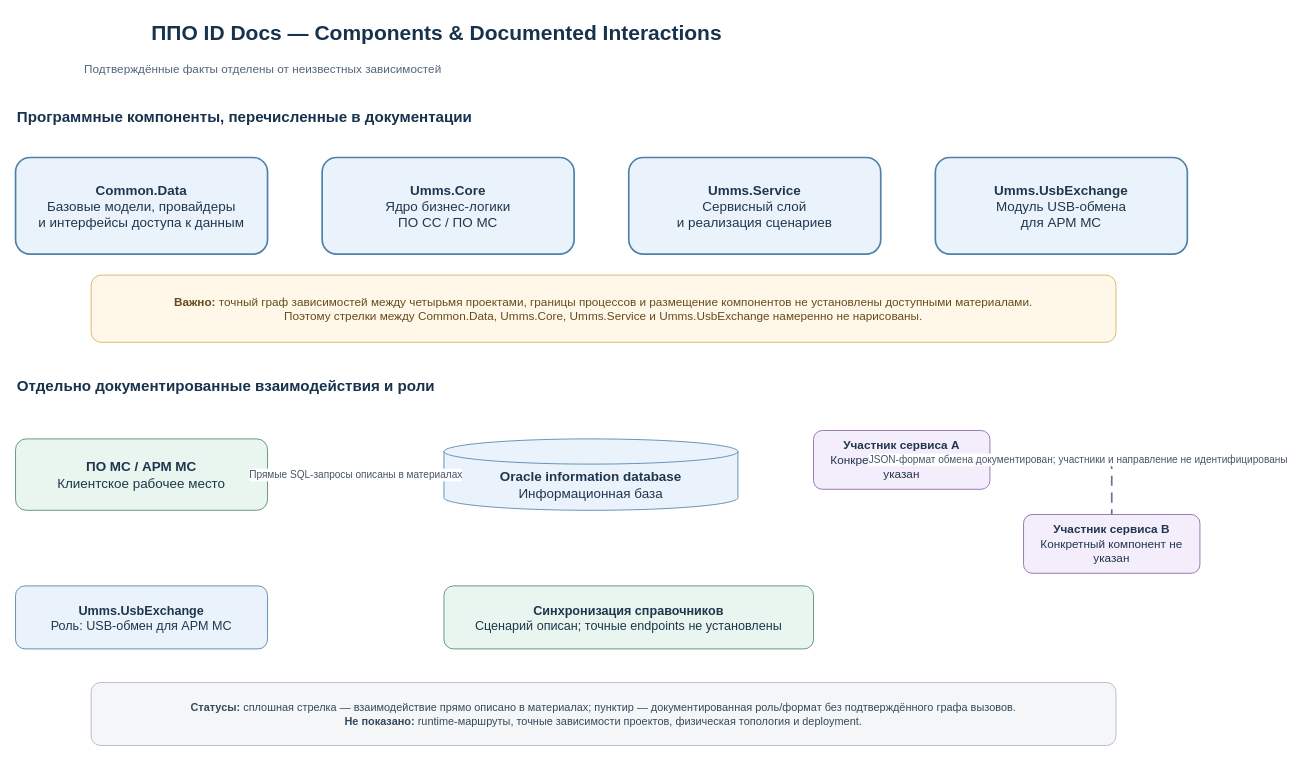
The draw.io diagram docs/diagrams/system-architecture-components.drawio in ekatmoz88-alt/territory-docs, before the edit. Source tidied: cells renumbered, new cells numbered last; positions are measured from the earlier drawing's top-left corner, leaving out a move shared by most shapes. Both pictures are drawn from the tidied source at 84%, with x=0, y=0 at pixel (15, 14).
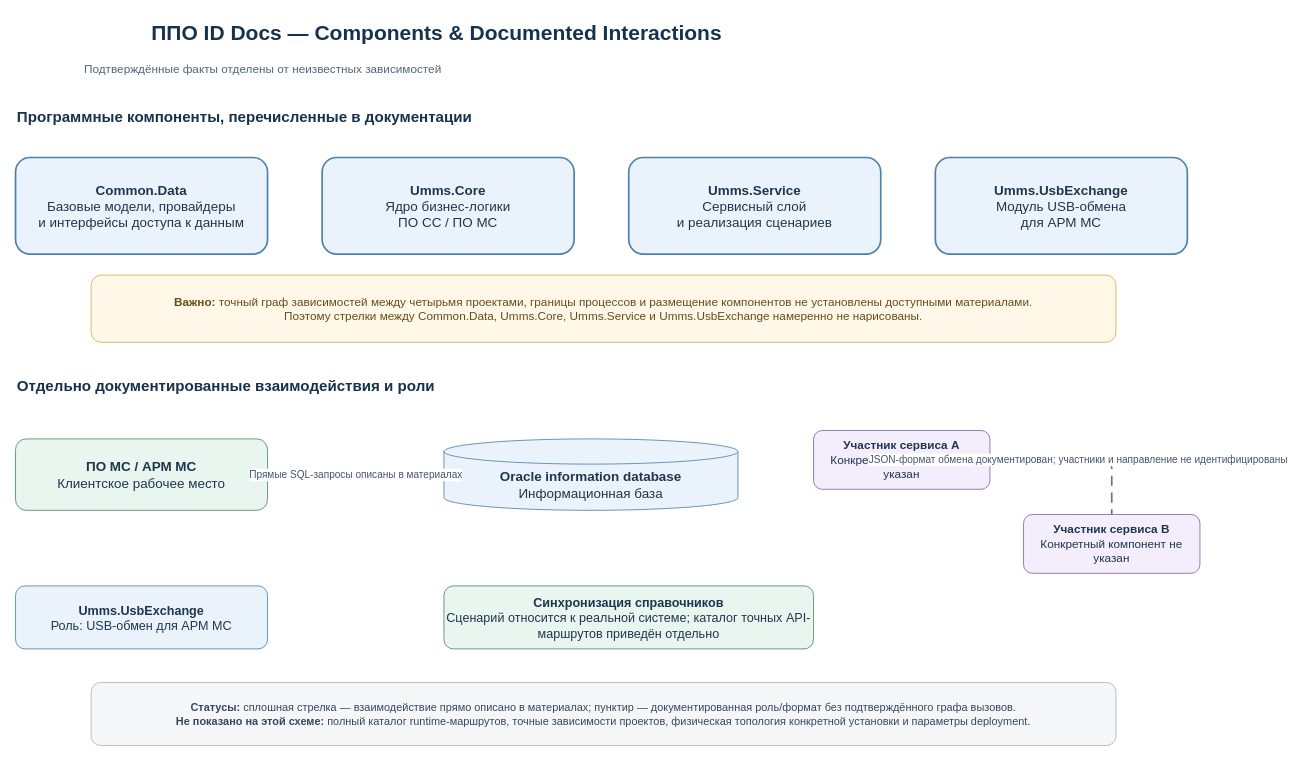
After the change.

Commit message:
Align architecture and API pages with real server deployment

What changed in the source:
```diff
@@
 <mxGraphModel>
   <root>
     <mxCell id="0" />
     <mxCell id="1" parent="0" />
     <mxCell id="2" value="ППО ID Docs — Components &amp; Documented Interactions" style="text;html=1;fontSize=25;fontStyle=1;fontColor=#17324d;" parent="1" vertex="1">
       <mxGeometry x="160" width="1080" height="48" as="geometry" />
     </mxCell>
     <mxCell id="3" value="Подтверждённые факты отделены от неизвестных зависимостей" style="text;html=1;fontSize=14;fontColor=#526579;" parent="1" vertex="1">
       <mxGeometry x="80" y="50" width="1240" height="32" as="geometry" />
     </mxCell>
     <mxCell id="4" value="&lt;b&gt;Программные компоненты, перечисленные в документации&lt;/b&gt;" style="text;html=1;fontSize=18;fontColor=#17324d;" parent="1" vertex="1">
       <mxGeometry y="105" width="1400" height="38" as="geometry" />
     </mxCell>
     <mxCell id="5" value="&lt;b&gt;Common.Data&lt;/b&gt;&lt;br&gt;Базовые модели, провайдеры&lt;br&gt;и интерфейсы доступа к данным" style="rounded=1;whiteSpace=wrap;html=1;align=center;verticalAlign=middle;fontFamily=Arial;fillColor=#eaf3fb;strokeColor=#4f81a8;strokeWidth=2;fontSize=16;fontColor=#20364d;" parent="1" vertex="1">
       <mxGeometry y="170" width="300" height="115" as="geometry" />
     </mxCell>
     <mxCell id="6" value="&lt;b&gt;Umms.Core&lt;/b&gt;&lt;br&gt;Ядро бизнес-логики&lt;br&gt;ПО СС / ПО МС" style="rounded=1;whiteSpace=wrap;html=1;align=center;verticalAlign=middle;fontFamily=Arial;fillColor=#eaf3fb;strokeColor=#4f81a8;strokeWidth=2;fontSize=16;fontColor=#20364d;" parent="1" vertex="1">
       <mxGeometry x="365" y="170" width="300" height="115" as="geometry" />
     </mxCell>
     <mxCell id="7" value="&lt;b&gt;Umms.Service&lt;/b&gt;&lt;br&gt;Сервисный слой&lt;br&gt;и реализация сценариев" style="rounded=1;whiteSpace=wrap;html=1;align=center;verticalAlign=middle;fontFamily=Arial;fillColor=#eaf3fb;strokeColor=#4f81a8;strokeWidth=2;fontSize=16;fontColor=#20364d;" parent="1" vertex="1">
       <mxGeometry x="730" y="170" width="300" height="115" as="geometry" />
     </mxCell>
     <mxCell id="8" value="&lt;b&gt;Umms.UsbExchange&lt;/b&gt;&lt;br&gt;Модуль USB-обмена&lt;br&gt;для АРМ МС" style="rounded=1;whiteSpace=wrap;html=1;align=center;verticalAlign=middle;fontFamily=Arial;fillColor=#eaf3fb;strokeColor=#4f81a8;strokeWidth=2;fontSize=16;fontColor=#20364d;" parent="1" vertex="1">
       <mxGeometry x="1095" y="170" width="300" height="115" as="geometry" />
     </mxCell>
     <mxCell id="9" value="&lt;b&gt;Важно:&lt;/b&gt; точный граф зависимостей между четырьмя проектами, границы процессов и размещение компонентов не установлены доступными материалами.&lt;br&gt;Поэтому стрелки между Common.Data, Umms.Core, Umms.Service и Umms.UsbExchange намеренно не нарисованы." style="rounded=1;whiteSpace=wrap;html=1;align=center;verticalAlign=middle;fontFamily=Arial;fillColor=#fff8e8;strokeColor=#d7ad58;fontSize=14;fontColor=#654b1b;" parent="1" vertex="1">
       <mxGeometry x="90" y="310" width="1220" height="80" as="geometry" />
     </mxCell>
     <mxCell id="10" value="&lt;b&gt;Отдельно документированные взаимодействия и роли&lt;/b&gt;" style="text;html=1;fontSize=18;fontColor=#17324d;" parent="1" vertex="1">
       <mxGeometry y="425" width="1400" height="38" as="geometry" />
     </mxCell>
     <mxCell id="11" value="&lt;b&gt;ПО МС / АРМ МС&lt;/b&gt;&lt;br&gt;Клиентское рабочее место" style="rounded=1;whiteSpace=wrap;html=1;align=center;verticalAlign=middle;fontFamily=Arial;fillColor=#e9f5ef;strokeColor=#4d8b6b;fontSize=16;fontColor=#20364d;" parent="1" vertex="1">
       <mxGeometry y="505" width="300" height="85" as="geometry" />
     </mxCell>
     <mxCell id="12" value="&lt;b&gt;Oracle information database&lt;/b&gt;&lt;br&gt;Информационная база" style="shape=cylinder3;boundedLbl=1;backgroundOutline=1;rounded=1;whiteSpace=wrap;html=1;align=center;verticalAlign=middle;fontFamily=Arial;fillColor=#eaf3fb;strokeColor=#4f81a8;fontSize=16;fontColor=#20364d;" parent="1" vertex="1">
       <mxGeometry x="510" y="505" width="350" height="85" as="geometry" />
     </mxCell>
     <mxCell id="13" value="Прямые SQL-запросы описаны в материалах" style="edgeStyle=orthogonalEdgeStyle;rounded=1;jettySize=auto;html=1;endArrow=block;endFill=1;strokeColor=#64748b;strokeWidth=2;fontSize=12;fontColor=#475569;labelBackgroundColor=#ffffff;" parent="1" edge="1" source="11" target="12">
       <mxGeometry relative="1" as="geometry" />
     </mxCell>
     <mxCell id="14" value="&lt;b&gt;Участник сервиса A&lt;/b&gt;&lt;br&gt;Конкретный компонент не указан" style="rounded=1;whiteSpace=wrap;html=1;align=center;verticalAlign=middle;fontFamily=Arial;fillColor=#f4edfb;strokeColor=#8865a8;fontSize=14;fontColor=#20364d;" parent="1" vertex="1">
       <mxGeometry x="950" y="495" width="210" height="70" as="geometry" />
     </mxCell>
     <mxCell id="15" value="&lt;b&gt;Участник сервиса B&lt;/b&gt;&lt;br&gt;Конкретный компонент не указан" style="rounded=1;whiteSpace=wrap;html=1;align=center;verticalAlign=middle;fontFamily=Arial;fillColor=#f4edfb;strokeColor=#8865a8;fontSize=14;fontColor=#20364d;" parent="1" vertex="1">
       <mxGeometry x="1200" y="595" width="210" height="70" as="geometry" />
     </mxCell>
     <mxCell id="16" value="JSON-формат обмена документирован; участники и направление не идентифицированы" style="edgeStyle=orthogonalEdgeStyle;rounded=1;jettySize=auto;html=1;startArrow=none;startFill=0;endArrow=none;endFill=0;strokeColor=#64748b;strokeWidth=2;dashed=1;dashPattern=6 4;fontSize=12;fontColor=#475569;labelBackgroundColor=#ffffff;" parent="1" edge="1" source="14" target="15">
       <mxGeometry relative="1" as="geometry" />
     </mxCell>
     <mxCell id="17" value="&lt;b&gt;Umms.UsbExchange&lt;/b&gt;&lt;br&gt;Роль: USB-обмен для АРМ МС" style="rounded=1;whiteSpace=wrap;html=1;align=center;verticalAlign=middle;fontFamily=Arial;fillColor=#eaf3fb;strokeColor=#4f81a8;fontSize=15;fontColor=#20364d;" parent="1" vertex="1">
       <mxGeometry y="680" width="300" height="75" as="geometry" />
     </mxCell>
-    <mxCell id="18" value="&lt;b&gt;Синхронизация справочников&lt;/b&gt;&lt;br&gt;Сценарий описан; точные endpoints не установлены" style="rounded=1;whiteSpace=wrap;html=1;align=center;verticalAlign=middle;fontFamily=Arial;fillColor=#e9f5ef;strokeColor=#4d8b6b;fontSize=15;fontColor=#20364d;" parent="1" vertex="1">
+    <mxCell id="18" value="&lt;b&gt;Синхронизация справочников&lt;/b&gt;&lt;br&gt;Сценарий относится к реальной системе; каталог точных API-маршрутов приведён отдельно" style="rounded=1;whiteSpace=wrap;html=1;align=center;verticalAlign=middle;fontFamily=Arial;fillColor=#e9f5ef;strokeColor=#4d8b6b;fontSize=15;fontColor=#20364d;" parent="1" vertex="1">
       <mxGeometry x="510" y="680" width="440" height="75" as="geometry" />
     </mxCell>
-    <mxCell id="19" value="&lt;b&gt;Статусы:&lt;/b&gt; сплошная стрелка — взаимодействие прямо описано в материалах; пунктир — документированная роль/формат без подтверждённого графа вызовов.&lt;br&gt;&lt;b&gt;Не показано:&lt;/b&gt; runtime-маршруты, точные зависимости проектов, физическая топология и deployment." style="rounded=1;whiteSpace=wrap;html=1;align=center;verticalAlign=middle;fontFamily=Arial;fillColor=#f4f6f8;strokeColor=#aab7c4;fontSize=13;fontColor=#34495e;" parent="1" vertex="1">
+    <mxCell id="19" value="&lt;b&gt;Статусы:&lt;/b&gt; сплошная стрелка — взаимодействие прямо описано в материалах; пунктир — документированная роль/формат без подтверждённого графа вызовов.&lt;br&gt;&lt;b&gt;Не показано на этой схеме:&lt;/b&gt; полный каталог runtime-маршрутов, точные зависимости проектов, физическая топология конкретной установки и параметры deployment." style="rounded=1;whiteSpace=wrap;html=1;align=center;verticalAlign=middle;fontFamily=Arial;fillColor=#f4f6f8;strokeColor=#aab7c4;fontSize=13;fontColor=#34495e;" parent="1" vertex="1">
       <mxGeometry x="90" y="795" width="1220" height="75" as="geometry" />
     </mxCell>
   </root>
 </mxGraphModel>
```
